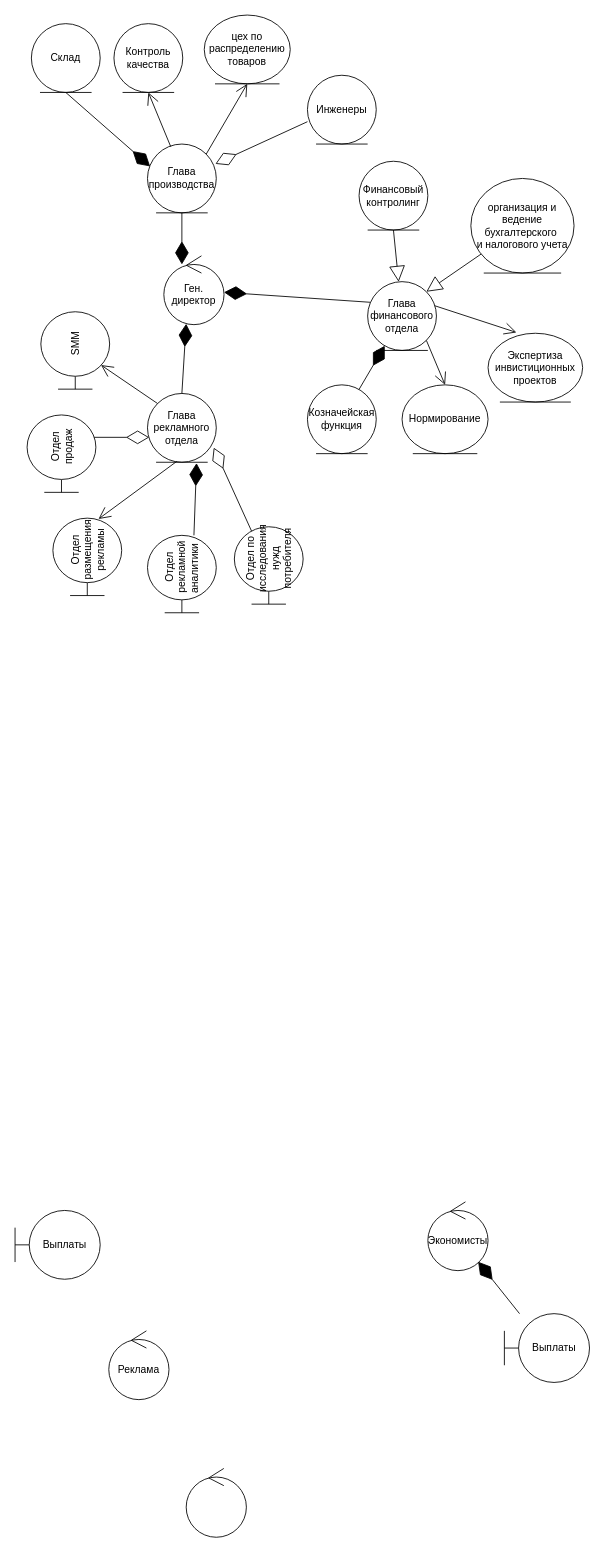
The draw.io diagram pract2.drawio in Barbariks/ACMS, before the edit. Source tidied: cells renumbered, new cells numbered last; positions are measured from the earlier drawing's top-left corner, leaving out a move shared by most shapes. Both pictures are drawn from the tidied source at 86%, with x=0, y=0 at pixel (15, 15).
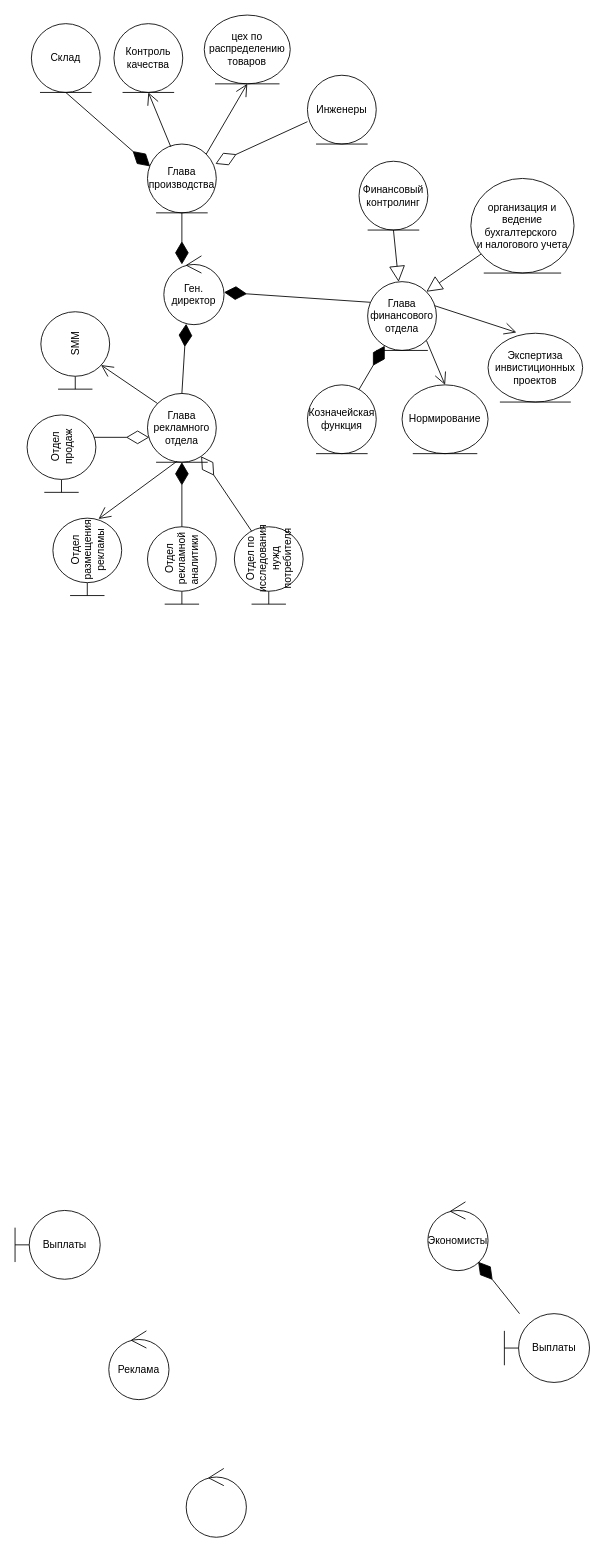
The same page after the edit.

Unchanged cells that the change refers to:
```xml
<mxCell id="3" value="Глава рекламного отдела" style="ellipse;shape=umlEntity;whiteSpace=wrap;html=1;" parent="1" vertex="1">
  <mxGeometry x="154" y="440" width="80" height="80" as="geometry" />
</mxCell>
<mxCell id="8" value="Отдел по исследования нужд потребителя" style="shape=umlBoundary;whiteSpace=wrap;html=1;rotation=-90;" parent="1" vertex="1">
  <mxGeometry x="250" y="600" width="90" height="80" as="geometry" />
</mxCell>
```

Diff of the diagram source:
```diff
@@
     <mxCell id="7" value="Отдел рекламной аналитики&amp;nbsp;" style="shape=umlBoundary;whiteSpace=wrap;html=1;rotation=-90;" parent="1" vertex="1">
-      <mxGeometry x="149" y="610" width="90" height="80" as="geometry" />
+      <mxGeometry x="149" y="600" width="90" height="80" as="geometry" />
     </mxCell>
@@
-    <mxCell id="21" style="endArrow=diamondThin;endFill=1;endSize=24;html=1;rounded=0;entryX=0.713;entryY=1.013;entryDx=0;entryDy=0;entryPerimeter=0;exitX=1;exitY=0.675;exitDx=0;exitDy=0;exitPerimeter=0;" parent="1" edge="1" source="7" target="3">
+    <mxCell id="21" style="endArrow=diamondThin;endFill=1;endSize=24;html=1;rounded=0;" parent="1" edge="1" source="7" target="3">
       <mxGeometry relative="1" as="geometry" />
     </mxCell>
@@
-    <mxCell id="23" style="endArrow=diamondThin;endFill=0;endSize=24;html=1;rounded=0;entryX=0.963;entryY=0.788;entryDx=0;entryDy=0;exitX=0.944;exitY=0.25;exitDx=0;exitDy=0;exitPerimeter=0;entryPerimeter=0;" parent="1" edge="1" source="8" target="3">
+    <mxCell id="23" style="endArrow=diamondThin;endFill=0;endSize=24;html=1;rounded=0;exitX=0.944;exitY=0.25;exitDx=0;exitDy=0;exitPerimeter=0;" parent="1" edge="1" source="8" target="3">
       <mxGeometry relative="1" as="geometry" />
     </mxCell>
```
